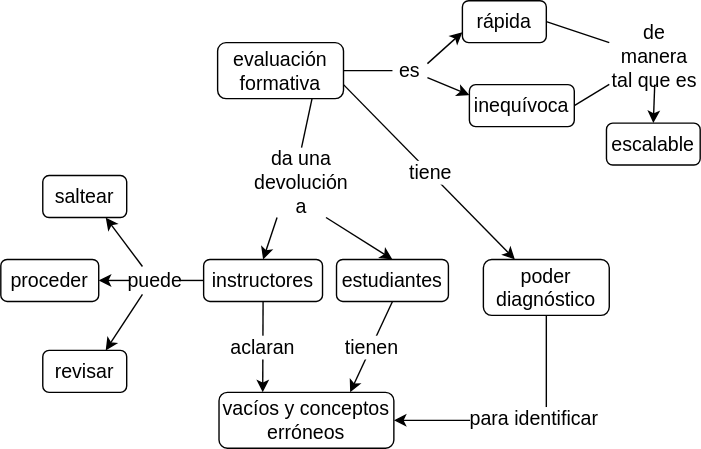
Earlier version of the draw.io export es/drawio/conceptmap-assessment.svg (gvwilson/teachtogether.tech). Source tidied: cells renumbered, new cells last; positions are measured from the earlier drawing's top-left corner, leaving out a move shared by most shapes.
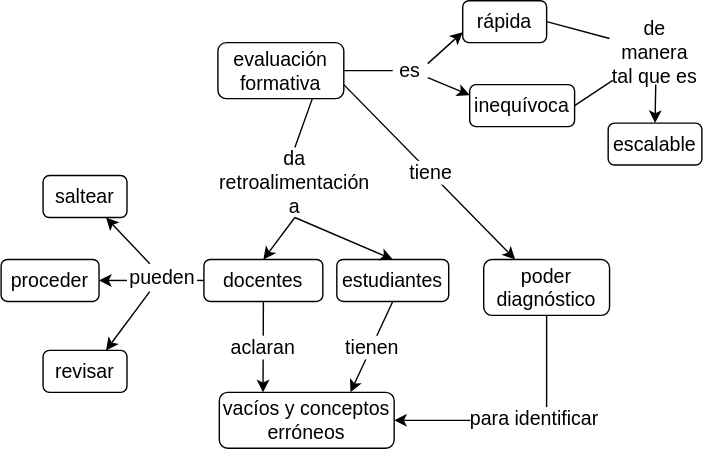
Above is the later version.

Diff of the diagram source:
```diff
@@ -18,15 +18,15 @@
       <mxGeometry x="330" width="60" height="30" as="geometry" />
     </mxCell>
     <mxCell id="7" value="escalable" style="rounded=1;whiteSpace=wrap;html=1;fontSize=14;" parent="1" vertex="1">
-      <mxGeometry x="433" y="87.5" width="67" height="30" as="geometry" />
+      <mxGeometry x="434" y="87.5" width="67" height="30" as="geometry" />
     </mxCell>
     <mxCell id="8" value="de&lt;br&gt;manera&lt;br&gt;tal que es" style="text;html=1;strokeColor=none;fillColor=none;align=center;verticalAlign=middle;whiteSpace=wrap;rounded=0;fontSize=14;" parent="1" vertex="1">
-      <mxGeometry x="435" y="20" width="65" height="40" as="geometry" />
+      <mxGeometry x="435" y="17" width="65" height="40" as="geometry" />
     </mxCell>
     <mxCell id="9" value="poder&lt;br&gt;diagnóstico" style="rounded=1;whiteSpace=wrap;html=1;fontSize=14;" parent="1" vertex="1">
       <mxGeometry x="345" y="185" width="90" height="40" as="geometry" />
     </mxCell>
-    <mxCell id="10" value="instructores" style="rounded=1;whiteSpace=wrap;html=1;fontSize=14;" parent="1" vertex="1">
+    <mxCell id="10" value="docentes" style="rounded=1;whiteSpace=wrap;html=1;fontSize=14;" parent="1" vertex="1">
       <mxGeometry x="145" y="185" width="85" height="30" as="geometry" />
     </mxCell>
     <mxCell id="11" value="estudiantes" style="rounded=1;whiteSpace=wrap;html=1;fontSize=14;" parent="1" vertex="1">
@@ -41,8 +41,8 @@
     <mxCell id="14" value="revisar" style="rounded=1;whiteSpace=wrap;html=1;fontSize=14;" parent="1" vertex="1">
       <mxGeometry x="30" y="250" width="60" height="30" as="geometry" />
     </mxCell>
-    <mxCell id="15" value="da una&lt;br&gt;devolución&lt;br&gt;a" style="text;html=1;strokeColor=none;fillColor=none;align=center;verticalAlign=middle;whiteSpace=wrap;rounded=0;fontSize=14;" parent="1" vertex="1">
-      <mxGeometry x="180" y="105" width="70" height="50" as="geometry" />
+    <mxCell id="15" value="da retroalimentación a" style="text;html=1;strokeColor=none;fillColor=none;align=center;verticalAlign=middle;whiteSpace=wrap;rounded=0;fontSize=14;" parent="1" vertex="1">
+      <mxGeometry x="150" y="105" width="120" height="50" as="geometry" />
     </mxCell>
     <mxCell id="16" value="vacíos y conceptos&lt;br&gt;erróneos" style="rounded=1;whiteSpace=wrap;html=1;fontSize=14;" parent="1" vertex="1">
       <mxGeometry x="156" y="280" width="125" height="40" as="geometry" />
@@ -62,8 +62,10 @@
     <mxCell id="21" style="endArrow=none;html=1;fontSize=14;entryX=1;entryY=0.5;entryDx=0;entryDy=0;exitX=0;exitY=0.25;exitDx=0;exitDy=0;" parent="1" edge="1" source="8" target="6">
       <mxGeometry relative="1" as="geometry" />
     </mxCell>
-    <mxCell id="22" style="endArrow=classic;html=1;fontSize=14;exitX=0.5;exitY=1;exitDx=0;exitDy=0;entryX=0.5;entryY=0;entryDx=0;entryDy=0;" parent="1" edge="1" source="8" target="7">
-      <mxGeometry relative="1" as="geometry" />
+    <mxCell id="22" style="endArrow=classic;html=1;fontSize=14;entryX=0.5;entryY=0;entryDx=0;entryDy=0;" parent="1" edge="1" target="7">
+      <mxGeometry relative="1" as="geometry">
+        <mxPoint x="468" y="60" as="sourcePoint" />
+      </mxGeometry>
     </mxCell>
     <mxCell id="23" style="endArrow=classic;html=1;fontSize=14;exitX=0.5;exitY=1;exitDx=0;exitDy=0;entryX=1;entryY=0.5;entryDx=0;entryDy=0;" parent="1" edge="1" source="9" target="16">
       <mxGeometry relative="1" as="geometry">
@@ -86,23 +88,27 @@
     <mxCell id="27" style="endArrow=none;html=1;fontSize=14;entryX=0.75;entryY=1;entryDx=0;entryDy=0;exitX=0.5;exitY=0;exitDx=0;exitDy=0;" parent="1" edge="1" source="15" target="2">
       <mxGeometry relative="1" as="geometry" />
     </mxCell>
-    <mxCell id="28" style="endArrow=classic;html=1;fontSize=14;entryX=0.5;entryY=0;entryDx=0;entryDy=0;exitX=0.75;exitY=1;exitDx=0;exitDy=0;" parent="1" edge="1" source="15" target="11">
+    <mxCell id="28" style="endArrow=classic;html=1;fontSize=14;entryX=0.5;entryY=0;entryDx=0;entryDy=0;exitX=0.5;exitY=1;exitDx=0;exitDy=0;" parent="1" edge="1" source="15" target="11">
       <mxGeometry relative="1" as="geometry" />
     </mxCell>
-    <mxCell id="29" style="endArrow=classic;html=1;fontSize=14;entryX=0.5;entryY=0;entryDx=0;entryDy=0;exitX=0.25;exitY=1;exitDx=0;exitDy=0;" parent="1" edge="1" source="15" target="10">
+    <mxCell id="29" style="endArrow=classic;html=1;fontSize=14;entryX=0.5;entryY=0;entryDx=0;entryDy=0;exitX=0.5;exitY=1;exitDx=0;exitDy=0;" parent="1" edge="1" source="15" target="10">
       <mxGeometry relative="1" as="geometry" />
     </mxCell>
-    <mxCell id="30" value="puede" style="text;html=1;strokeColor=none;fillColor=none;align=center;verticalAlign=middle;whiteSpace=wrap;rounded=0;fontSize=14;" parent="1" vertex="1">
-      <mxGeometry x="92.5" y="190" width="35" height="20" as="geometry" />
+    <mxCell id="30" value="pueden" style="text;html=1;strokeColor=none;fillColor=none;align=center;verticalAlign=middle;whiteSpace=wrap;rounded=0;fontSize=14;" parent="1" vertex="1">
+      <mxGeometry x="97.5" y="188" width="35" height="20" as="geometry" />
     </mxCell>
-    <mxCell id="31" style="endArrow=none;html=1;fontSize=14;entryX=0;entryY=0.5;entryDx=0;entryDy=0;exitX=1;exitY=0.5;exitDx=0;exitDy=0;" parent="1" edge="1" source="30" target="10">
-      <mxGeometry relative="1" as="geometry" />
+    <mxCell id="31" style="endArrow=none;html=1;fontSize=14;entryX=0;entryY=0.5;entryDx=0;entryDy=0;" parent="1" edge="1" target="10">
+      <mxGeometry relative="1" as="geometry">
+        <mxPoint x="140" y="200" as="sourcePoint" />
+      </mxGeometry>
     </mxCell>
     <mxCell id="32" style="endArrow=classic;html=1;fontSize=14;entryX=0.75;entryY=1;entryDx=0;entryDy=0;exitX=0.25;exitY=0;exitDx=0;exitDy=0;" parent="1" edge="1" source="30" target="12">
       <mxGeometry relative="1" as="geometry" />
     </mxCell>
-    <mxCell id="33" style="endArrow=classic;html=1;fontSize=14;entryX=1;entryY=0.5;entryDx=0;entryDy=0;exitX=0;exitY=0.5;exitDx=0;exitDy=0;" parent="1" edge="1" source="30" target="13">
-      <mxGeometry relative="1" as="geometry" />
+    <mxCell id="33" style="endArrow=classic;html=1;fontSize=14;entryX=1;entryY=0.5;entryDx=0;entryDy=0;" parent="1" edge="1" target="13">
+      <mxGeometry relative="1" as="geometry">
+        <mxPoint x="90" y="200" as="sourcePoint" />
+      </mxGeometry>
     </mxCell>
     <mxCell id="34" style="endArrow=classic;html=1;fontSize=14;entryX=0.75;entryY=0;entryDx=0;entryDy=0;exitX=0.25;exitY=1;exitDx=0;exitDy=0;" parent="1" edge="1" source="30" target="14">
       <mxGeometry relative="1" as="geometry" />
```
